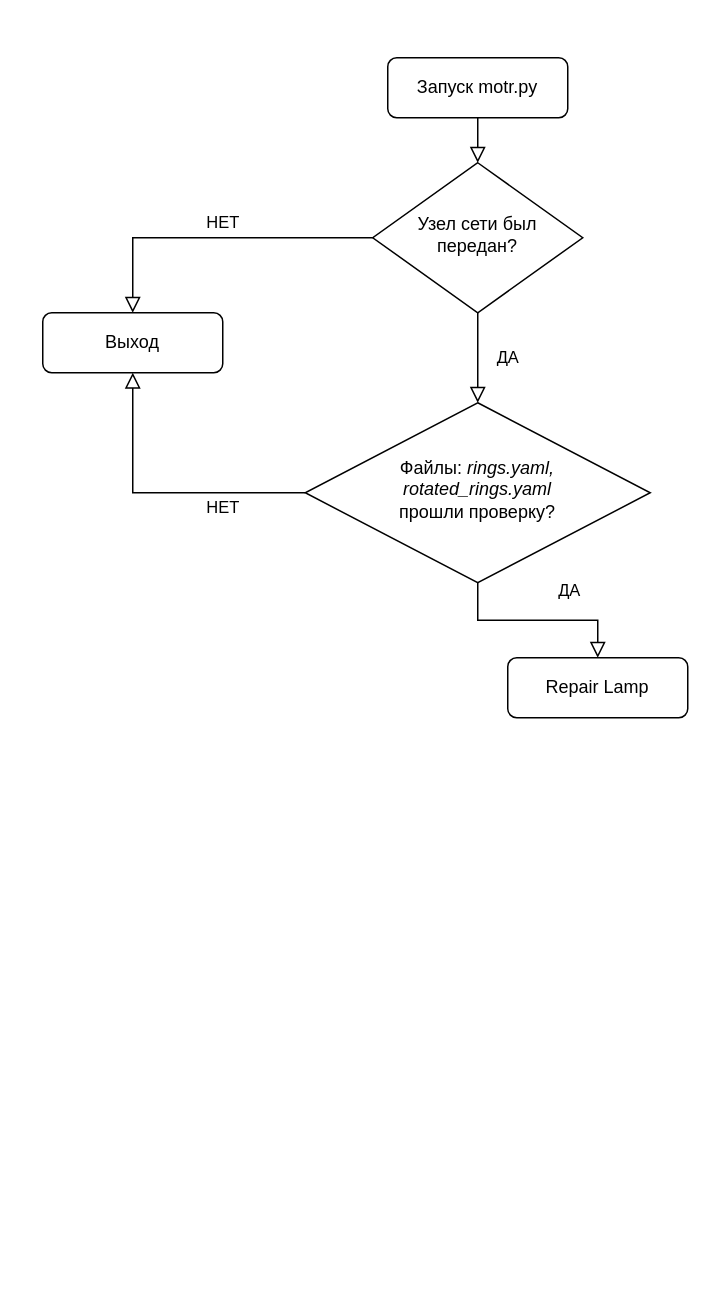
ig-rudenko/motr keeps this draw.io diagram as Untitled Diagram.drawio. Above is the earlier version. Source tidied: cells renumbered, new cells numbered last; positions are measured from the earlier drawing's top-left corner, leaving out a move shared by most shapes. Both pictures are drawn from the tidied source at 150%, with x=0, y=0 at pixel (42, 57).
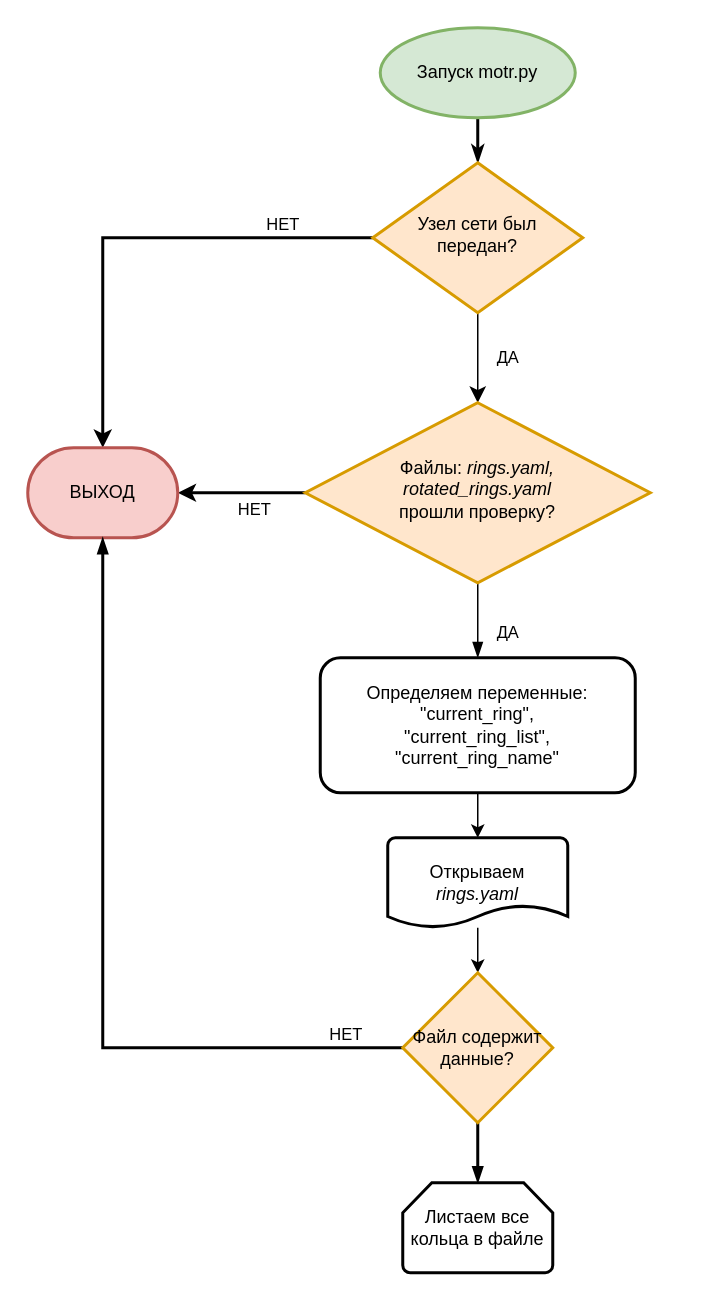
After the change.

What changed in the source:
```diff
@@
-    <mxCell id="2" style="rounded=0;html=1;jettySize=auto;fontSize=11;endArrow=block;endFill=0;endSize=8;strokeWidth=1;shadow=0;labelBackgroundColor=none;edgeStyle=orthogonalEdgeStyle;" parent="1" edge="1" source="3" target="6">
+    <mxCell id="2" style="rounded=0;html=1;jettySize=auto;fontSize=11;endArrow=classicThin;endFill=1;strokeWidth=2;shadow=0;labelBackgroundColor=none;edgeStyle=orthogonalEdgeStyle;exitX=0.5;exitY=1;exitDx=0;exitDy=0;exitPerimeter=0;" parent="1" edge="1" source="3" target="6">
       <mxGeometry relative="1" as="geometry" />
     </mxCell>
+    <mxCell id="4" value="&lt;div&gt;ДА&lt;/div&gt;" style="rounded=0;html=1;jettySize=auto;fontSize=11;endArrow=classic;endFill=1;endSize=8;strokeWidth=1;shadow=0;labelBackgroundColor=none;edgeStyle=orthogonalEdgeStyle;" parent="1" edge="1" source="6" target="10">
+      <mxGeometry y="20" relative="1" as="geometry" />
+    </mxCell>
+    <mxCell id="12" style="edgeStyle=orthogonalEdgeStyle;rounded=0;jettySize=auto;html=1;entryX=0.5;entryY=0;entryDx=0;entryDy=0;entryPerimeter=0;strokeWidth=2;" parent="1" edge="1" source="6" target="17">
+      <mxGeometry relative="1" as="geometry" />
+    </mxCell>
+    <mxCell id="13" value="НЕТ" style="edgeLabel;html=1;align=center;verticalAlign=middle;" parent="12" vertex="1">
+      <mxGeometry x="-0.04" y="4" relative="1" as="geometry">
+        <mxPoint x="93" y="-14" as="offset" />
+      </mxGeometry>
+    </mxCell>
+    <mxCell id="6" value="Узел сети был передан?" style="rhombus;whiteSpace=wrap;html=1;shadow=0;fontFamily=Helvetica;fontSize=12;align=center;strokeWidth=2;spacing=6;spacingTop=-4;fillColor=#ffe6cc;strokeColor=#d79b00;" parent="1" vertex="1">
+      <mxGeometry x="220" y="70" width="140" height="100" as="geometry" />
+    </mxCell>
+    <mxCell id="8" value="ДА" style="rounded=0;html=1;jettySize=auto;fontSize=11;endArrow=blockThin;endFill=1;endSize=8;strokeWidth=1;shadow=0;labelBackgroundColor=none;edgeStyle=orthogonalEdgeStyle;" parent="1" edge="1" source="10" target="11">
+      <mxGeometry x="0.33" y="20" relative="1" as="geometry" />
+    </mxCell>
+    <mxCell id="14" style="edgeStyle=orthogonalEdgeStyle;rounded=0;jettySize=auto;html=1;entryX=1;entryY=0.5;entryDx=0;entryDy=0;entryPerimeter=0;strokeWidth=2;" parent="1" edge="1" source="10" target="17">
+      <mxGeometry relative="1" as="geometry" />
+    </mxCell>
+    <mxCell id="15" value="НЕТ" style="edgeLabel;html=1;align=center;verticalAlign=middle;" parent="14" vertex="1">
+      <mxGeometry x="-0.01" y="-1" relative="1" as="geometry">
+        <mxPoint x="7" y="11" as="offset" />
+      </mxGeometry>
+    </mxCell>
+    <mxCell id="10" value="&lt;div&gt;Файлы: &lt;i&gt;rings.yaml,&lt;/i&gt;&lt;/div&gt;&lt;div&gt;&lt;i&gt;rotated_rings.yaml&lt;/i&gt;&lt;/div&gt;&lt;div&gt;прошли проверку?&lt;br&gt;&lt;/div&gt;" style="rhombus;whiteSpace=wrap;html=1;shadow=0;fontFamily=Helvetica;fontSize=12;align=center;strokeWidth=2;spacing=6;spacingTop=-4;fillColor=#ffe6cc;strokeColor=#d79b00;" parent="1" vertex="1">
+      <mxGeometry x="175" y="230" width="230" height="120" as="geometry" />
+    </mxCell>
+    <mxCell id="16" style="edgeStyle=orthogonalEdgeStyle;rounded=0;jettySize=auto;html=1;" parent="1" edge="1" source="11" target="19">
+      <mxGeometry relative="1" as="geometry" />
+    </mxCell>
+    <mxCell id="11" value="&lt;div&gt;Определяем переменные:&lt;/div&gt;&lt;div&gt; &quot;current_ring&quot;, &lt;br&gt;&lt;/div&gt;&lt;div&gt;&quot;current_ring_list&quot;,&lt;/div&gt;&lt;div&gt; &quot;current_ring_name&quot;&lt;br&gt;&lt;/div&gt;" style="rounded=1;whiteSpace=wrap;html=1;fontSize=12;glass=0;strokeWidth=2;shadow=0;" parent="1" vertex="1">
+      <mxGeometry x="185" y="400" width="210" height="90" as="geometry" />
+    </mxCell>
-    <mxCell id="3" value="Запуск motr.py" style="rounded=1;whiteSpace=wrap;html=1;fontSize=12;glass=0;strokeWidth=1;shadow=0;" parent="1" vertex="1">
-      <mxGeometry x="230" width="120" height="40" as="geometry" />
+    <mxCell id="3" value="Запуск motr.py" style="strokeWidth=2;html=1;shape=mxgraph.flowchart.start_1;whiteSpace=wrap;fillColor=#d5e8d4;strokeColor=#82b366;" parent="1" vertex="1">
+      <mxGeometry x="225" y="-20" width="130" height="60" as="geometry" />
     </mxCell>
-    <mxCell id="4" value="&lt;div&gt;ДА&lt;/div&gt;" style="rounded=0;html=1;jettySize=auto;fontSize=11;endArrow=block;endFill=0;endSize=8;strokeWidth=1;shadow=0;labelBackgroundColor=none;edgeStyle=orthogonalEdgeStyle;" parent="1" edge="1" source="6" target="10">
-      <mxGeometry y="20" relative="1" as="geometry" />
-    </mxCell>
-    <mxCell id="5" value="&lt;div&gt;НЕТ&lt;/div&gt;" style="edgeStyle=orthogonalEdgeStyle;rounded=0;html=1;jettySize=auto;fontSize=11;endArrow=block;endFill=0;endSize=8;strokeWidth=1;shadow=0;labelBackgroundColor=none;" parent="1" edge="1" source="6" target="7">
-      <mxGeometry x="-0.05" y="-10" relative="1" as="geometry">
-        <Array as="points">
-          <mxPoint x="60" y="120" />
-        </Array>
-      </mxGeometry>
-    </mxCell>
-    <mxCell id="6" value="Узел сети был передан?" style="rhombus;whiteSpace=wrap;html=1;shadow=0;fontFamily=Helvetica;fontSize=12;align=center;strokeWidth=1;spacing=6;spacingTop=-4;" parent="1" vertex="1">
-      <mxGeometry x="220" y="70" width="140" height="100" as="geometry" />
-    </mxCell>
-    <mxCell id="7" value="Выход" style="rounded=1;whiteSpace=wrap;html=1;fontSize=12;glass=0;strokeWidth=1;shadow=0;" parent="1" vertex="1">
-      <mxGeometry y="170" width="120" height="40" as="geometry" />
-    </mxCell>
-    <mxCell id="8" value="ДА" style="rounded=0;html=1;jettySize=auto;fontSize=11;endArrow=block;endFill=0;endSize=8;strokeWidth=1;shadow=0;labelBackgroundColor=none;edgeStyle=orthogonalEdgeStyle;" parent="1" edge="1" source="10" target="11">
-      <mxGeometry x="0.33" y="20" relative="1" as="geometry" />
-    </mxCell>
-    <mxCell id="9" value="&lt;div&gt;НЕТ&lt;/div&gt;" style="edgeStyle=orthogonalEdgeStyle;rounded=0;html=1;jettySize=auto;fontSize=11;endArrow=block;endFill=0;endSize=8;strokeWidth=1;shadow=0;labelBackgroundColor=none;entryX=0.5;entryY=1;entryDx=0;entryDy=0;" parent="1" edge="1" source="10" target="7">
-      <mxGeometry x="-0.44" y="10" relative="1" as="geometry" />
-    </mxCell>
-    <mxCell id="10" value="&lt;div&gt;Файлы: &lt;i&gt;rings.yaml,&lt;/i&gt;&lt;/div&gt;&lt;div&gt;&lt;i&gt;rotated_rings.yaml&lt;/i&gt;&lt;/div&gt;&lt;div&gt;прошли проверку?&lt;br&gt;&lt;/div&gt;" style="rhombus;whiteSpace=wrap;html=1;shadow=0;fontFamily=Helvetica;fontSize=12;align=center;strokeWidth=1;spacing=6;spacingTop=-4;" parent="1" vertex="1">
-      <mxGeometry x="175" y="230" width="230" height="120" as="geometry" />
-    </mxCell>
-    <mxCell id="11" value="Repair Lamp" style="rounded=1;whiteSpace=wrap;html=1;fontSize=12;glass=0;strokeWidth=1;shadow=0;" parent="1" vertex="1">
-      <mxGeometry x="310" y="400" width="120" height="40" as="geometry" />
-    </mxCell>
+    <mxCell id="17" value="ВЫХОД" style="strokeWidth=2;html=1;shape=mxgraph.flowchart.terminator;whiteSpace=wrap;fillColor=#f8cecc;strokeColor=#b85450;" parent="1" vertex="1">
+      <mxGeometry x="-10" y="260" width="100" height="60" as="geometry" />
+    </mxCell>
+    <mxCell id="18" style="edgeStyle=orthogonalEdgeStyle;rounded=0;jettySize=auto;html=1;" parent="1" edge="1" source="19" target="23">
+      <mxGeometry relative="1" as="geometry" />
+    </mxCell>
+    <mxCell id="19" value="Открываем &lt;i&gt;rings.yaml&lt;/i&gt;" style="strokeWidth=2;html=1;shape=mxgraph.flowchart.document2;whiteSpace=wrap;size=0.25;" parent="1" vertex="1">
+      <mxGeometry x="230" y="520" width="120" height="60" as="geometry" />
+    </mxCell>
+    <mxCell id="20" style="edgeStyle=orthogonalEdgeStyle;rounded=0;jettySize=auto;html=1;entryX=0.5;entryY=1;entryDx=0;entryDy=0;entryPerimeter=0;endArrow=blockThin;endFill=1;strokeWidth=2;" parent="1" edge="1" source="23" target="17">
+      <mxGeometry relative="1" as="geometry" />
+    </mxCell>
+    <mxCell id="21" value="НЕТ" style="edgeLabel;html=1;align=center;verticalAlign=middle;" parent="20" vertex="1">
+      <mxGeometry x="-0.57" y="-5" relative="1" as="geometry">
+        <mxPoint x="77" y="-5" as="offset" />
+      </mxGeometry>
+    </mxCell>
+    <mxCell id="22" style="edgeStyle=orthogonalEdgeStyle;rounded=0;jettySize=auto;html=1;endArrow=blockThin;endFill=1;strokeWidth=2;" parent="1" edge="1" source="23" target="24">
+      <mxGeometry relative="1" as="geometry" />
+    </mxCell>
+    <mxCell id="23" value="Файл содержит данные?" style="rhombus;whiteSpace=wrap;html=1;strokeWidth=2;fillColor=#ffe6cc;strokeColor=#d79b00;" parent="1" vertex="1">
+      <mxGeometry x="240" y="610" width="100" height="100" as="geometry" />
+    </mxCell>
+    <mxCell id="24" value="Листаем все кольца в файле" style="strokeWidth=2;html=1;shape=mxgraph.flowchart.loop_limit;whiteSpace=wrap;" parent="1" vertex="1">
+      <mxGeometry x="240" y="750" width="100" height="60" as="geometry" />
+    </mxCell>
```
